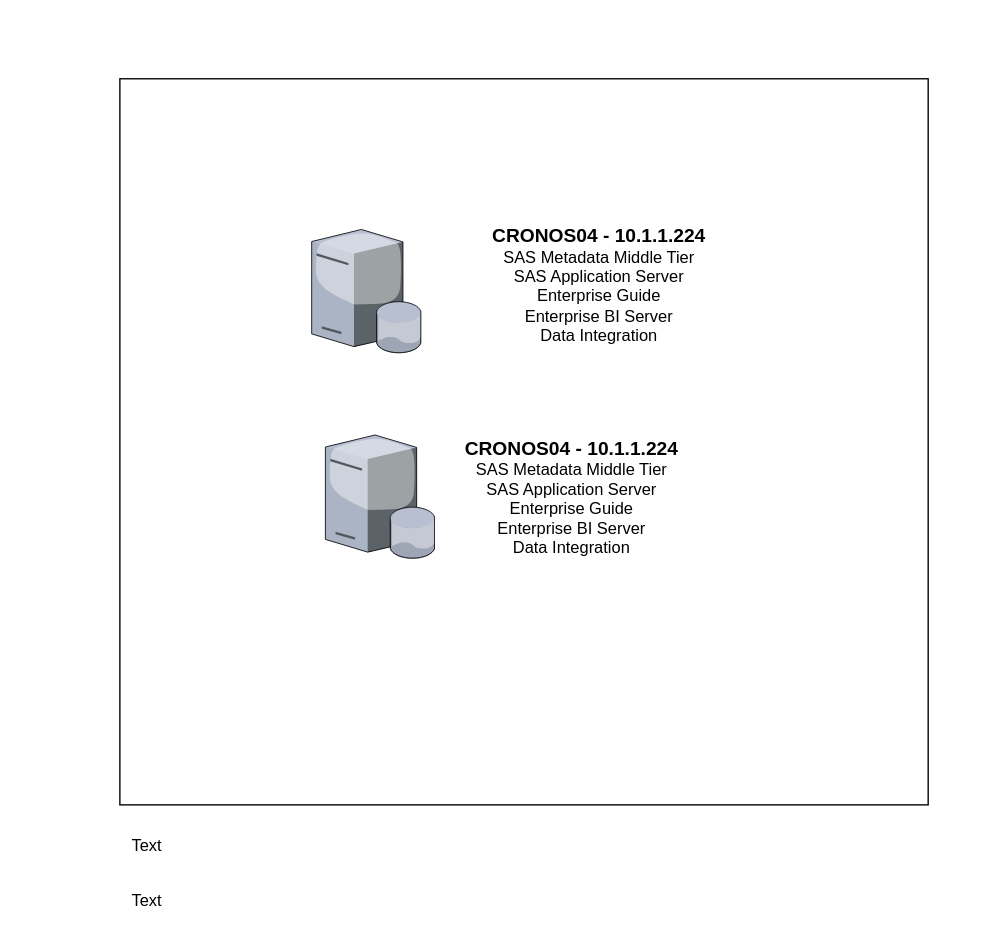
Dfralmeida/extension keeps this draw.io diagram as Untitled Diagram.drawio. Above is the earlier version. Source tidied: cells renumbered, new cells numbered last; positions are measured from the earlier drawing's top-left corner, leaving out a move shared by most shapes. Both pictures are drawn from the tidied source at 137%, with x=0, y=0 at pixel (119, 78).
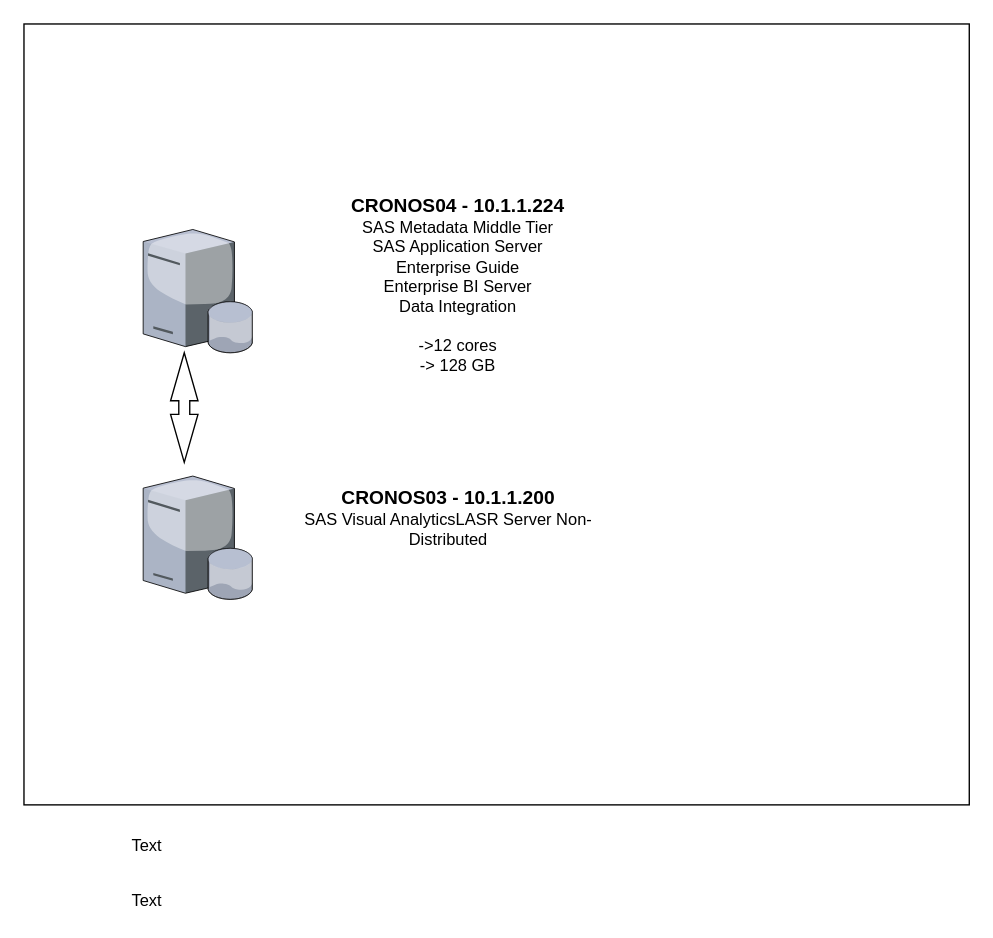
The same diagram, later.

Commit message:
Arquitetura Unimed

What changed in the source:
```diff
@@
 <mxGraphModel>
   <root>
     <mxCell id="0" />
     <mxCell id="1" parent="0" />
     <mxCell id="2" style="rounded=0;whiteSpace=wrap;html=1;" parent="1" vertex="1">
-      <mxGeometry width="590" height="530" as="geometry" />
+      <mxGeometry x="-70" y="-40" width="690" height="570" as="geometry" />
     </mxCell>
     <mxCell id="3" style="verticalLabelPosition=bottom;html=1;verticalAlign=top;strokeColor=none;align=center;shape=mxgraph.citrix.database_server;" parent="1" vertex="1">
-      <mxGeometry x="140" y="110" width="80" height="90" as="geometry" />
+      <mxGeometry x="17" y="110" width="80" height="90" as="geometry" />
     </mxCell>
     <mxCell id="4" style="verticalLabelPosition=bottom;html=1;verticalAlign=top;strokeColor=none;align=center;shape=mxgraph.citrix.database_server;" parent="1" vertex="1">
-      <mxGeometry x="150" y="260" width="80" height="90" as="geometry" />
+      <mxGeometry x="17" y="290" width="80" height="90" as="geometry" />
     </mxCell>
     <mxCell id="5" value="Text" style="text;html=1;strokeColor=none;fillColor=none;align=center;verticalAlign=middle;whiteSpace=wrap;rounded=0;" parent="1" vertex="1">
       <mxGeometry y="550" width="40" height="20" as="geometry" />
     </mxCell>
     <mxCell id="6" value="Text" style="text;html=1;strokeColor=none;fillColor=none;align=center;verticalAlign=middle;whiteSpace=wrap;rounded=0;" parent="1" vertex="1">
       <mxGeometry y="590" width="40" height="20" as="geometry" />
     </mxCell>
-    <mxCell id="7" value="&lt;b&gt;&lt;font style=&quot;font-size: 14px&quot;&gt;CRONOS04 - 10.1.1.224&lt;/font&gt;&lt;/b&gt;&lt;br&gt;SAS Metadata Middle Tier&lt;br&gt;SAS Application Server&lt;br&gt;Enterprise Guide&lt;br&gt;Enterprise BI Server&lt;br&gt;Data Integration&lt;br&gt;&lt;br&gt;&lt;br&gt;" style="text;html=1;strokeColor=none;fillColor=none;align=center;verticalAlign=middle;whiteSpace=wrap;rounded=0;" parent="1" vertex="1">
-      <mxGeometry x="220" y="310" width="220" height="20" as="geometry" />
+    <mxCell id="7" value="&lt;b&gt;&lt;font style=&quot;font-size: 14px&quot;&gt;CRONOS03 - 10.1.1.200&lt;/font&gt;&lt;/b&gt;&lt;br&gt;&lt;span&gt;SAS Visual &lt;/span&gt;&lt;span&gt;Analytics&lt;/span&gt;&lt;span&gt;LASR Server Non-&lt;/span&gt;&lt;span&gt;Distributed&lt;/span&gt;&lt;br&gt;&lt;br&gt;&lt;br&gt;" style="text;html=1;strokeColor=none;fillColor=none;align=center;verticalAlign=middle;whiteSpace=wrap;rounded=0;" parent="1" vertex="1">
+      <mxGeometry x="130" y="325" width="220" height="20" as="geometry" />
     </mxCell>
-    <mxCell id="8" value="&lt;b&gt;&lt;font style=&quot;font-size: 14px&quot;&gt;CRONOS04 - 10.1.1.224&lt;/font&gt;&lt;/b&gt;&lt;br&gt;SAS Metadata Middle Tier&lt;br&gt;SAS Application Server&lt;br&gt;Enterprise Guide&lt;br&gt;Enterprise BI Server&lt;br&gt;Data Integration&lt;br&gt;&lt;br&gt;&lt;br&gt;" style="text;html=1;strokeColor=none;fillColor=none;align=center;verticalAlign=middle;whiteSpace=wrap;rounded=0;" parent="1" vertex="1">
-      <mxGeometry x="240" y="100" width="220" height="130" as="geometry" />
+    <mxCell id="8" value="&lt;b&gt;&lt;font style=&quot;font-size: 14px&quot;&gt;CRONOS04 - 10.1.1.224&lt;/font&gt;&lt;/b&gt;&lt;br&gt;SAS Metadata Middle Tier&lt;br&gt;SAS Application Server&lt;br&gt;Enterprise Guide&lt;br&gt;Enterprise BI Server&lt;br&gt;Data Integration&lt;br&gt;&lt;br&gt;-&amp;gt;12 cores&lt;br&gt;-&amp;gt; 128 GB&lt;br&gt;&lt;br&gt;&lt;br&gt;" style="text;html=1;strokeColor=none;fillColor=none;align=center;verticalAlign=middle;whiteSpace=wrap;rounded=0;" parent="1" vertex="1">
+      <mxGeometry x="137" y="100" width="220" height="130" as="geometry" />
     </mxCell>
+    <mxCell id="9" style="html=1;shadow=0;dashed=0;align=center;verticalAlign=middle;shape=mxgraph.arrows2.twoWayArrow;dy=0.6;dx=35;direction=south;" parent="1" vertex="1">
+      <mxGeometry x="37" y="200" width="20" height="80" as="geometry" />
+    </mxCell>
   </root>
 </mxGraphModel>
```
